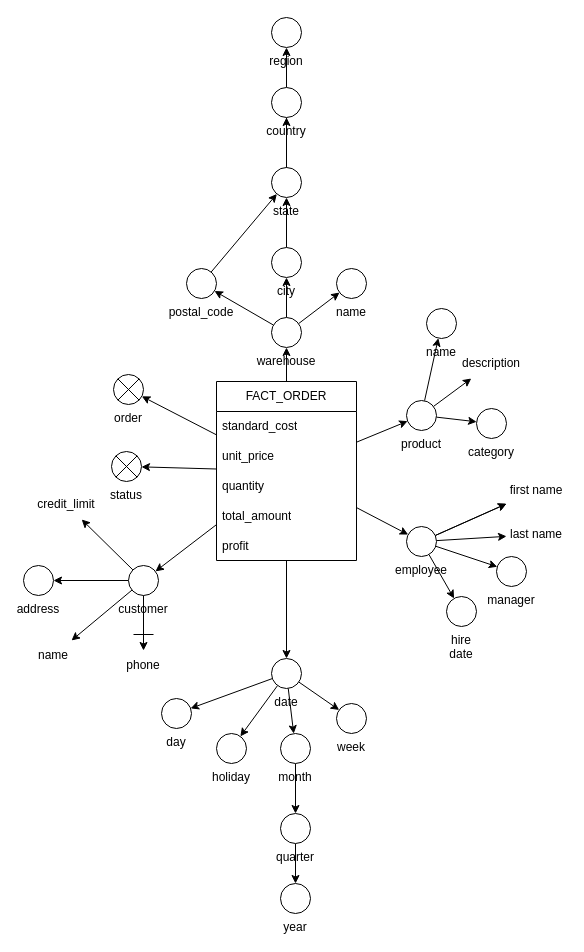
The draw.io diagram page "ORDER_FACTS" (1 of 4) of docs/drawio/DFM.drawio in joaobraganca555/GlobalTech_ETL, before the edit. Source tidied: cells renumbered, new cells numbered last; positions are measured from the earlier drawing's top-left corner, leaving out a move shared by most shapes. Both pictures are drawn from the tidied source at 100%, with x=0, y=0 at pixel (23, 17).
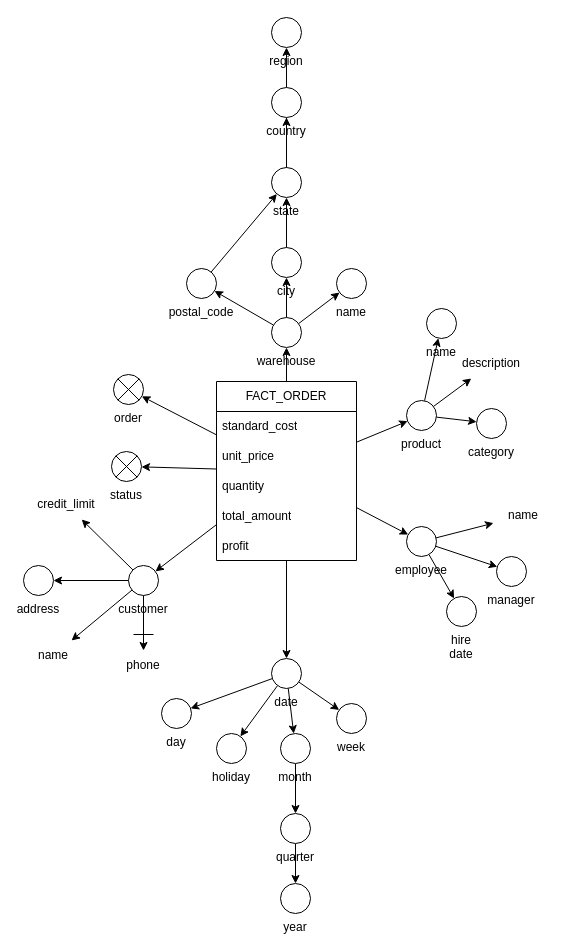
The same diagram, later.

Unchanged cells that the change refers to:
```xml
<mxCell id="59" value="employee" style="ellipse;whiteSpace=wrap;html=1;labelPosition=center;verticalLabelPosition=bottom;align=center;verticalAlign=top;" parent="1" vertex="1">
  <mxGeometry x="383" y="509" width="30" height="30" as="geometry" />
</mxCell>
```

Diff of the diagram source:
```diff
@@
-    <mxCell id="54" style="edgeStyle=none;html=1;fontColor=#FFFF33;" parent="1" edge="1" source="59" target="60">
-      <mxGeometry relative="1" as="geometry" />
-    </mxCell>
-    <mxCell id="55" style="edgeStyle=none;html=1;fontColor=#FFFF33;" parent="1" edge="1" source="59" target="60">
-      <mxGeometry relative="1" as="geometry" />
-    </mxCell>
@@
-    <mxCell id="60" value="first name" style="text;html=1;strokeColor=none;fillColor=none;align=center;verticalAlign=middle;whiteSpace=wrap;rounded=0;labelBackgroundColor=none;" parent="1" vertex="1">
-      <mxGeometry x="483" y="458" width="60" height="30" as="geometry" />
-    </mxCell>
-    <mxCell id="61" value="last name" style="text;html=1;strokeColor=none;fillColor=none;align=center;verticalAlign=middle;whiteSpace=wrap;rounded=0;labelBackgroundColor=none;" parent="1" vertex="1">
-      <mxGeometry x="483" y="502" width="60" height="30" as="geometry" />
+    <mxCell id="61" value="name" style="text;html=1;strokeColor=none;fillColor=none;align=center;verticalAlign=middle;whiteSpace=wrap;rounded=0;labelBackgroundColor=none;" parent="1" vertex="1">
+      <mxGeometry x="470" y="483" width="60" height="30" as="geometry" />
     </mxCell>
```
